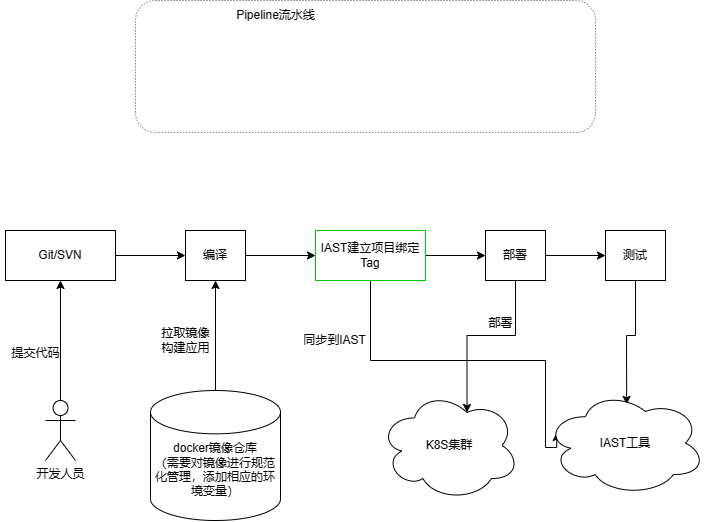
Before: k8s.png, a diagram exported from draw.io (coutcin-xw/FlowChart). Source tidied: cells renumbered, new cells last; positions are measured from the earlier drawing's top-left corner, leaving out a move shared by most shapes.
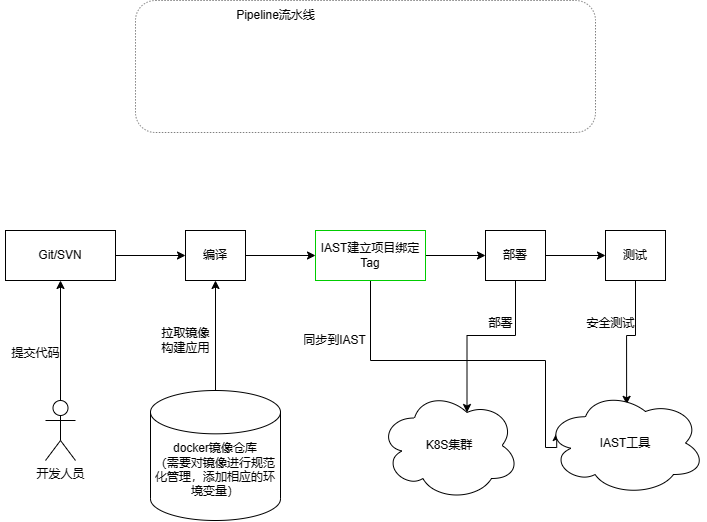
Later version of the same file.

Diff of the diagram source:
```diff
@@ -80,5 +80,8 @@
     <mxCell id="25" value="同步到IAST" style="text;html=1;align=center;verticalAlign=middle;strokeColor=none;fillColor=none;" parent="1" vertex="1">
       <mxGeometry x="289" y="325" width="90" height="30" as="geometry" />
     </mxCell>
+    <mxCell id="26" value="安全测试" style="text;html=1;align=center;verticalAlign=middle;strokeColor=none;fillColor=none;" parent="1" vertex="1">
+      <mxGeometry x="575" y="308" width="70" height="30" as="geometry" />
+    </mxCell>
   </root>
 </mxGraphModel>
```
